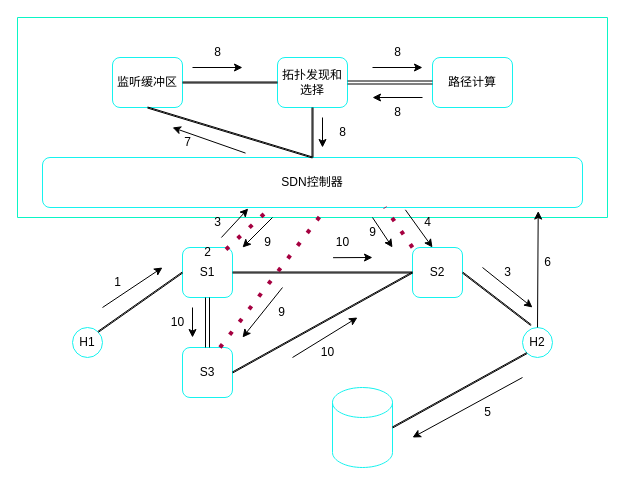
Before: 未命名绘图.drawio in jhf0721/123, a draw.io diagram. Source tidied: cells renumbered, new cells numbered last; positions are measured from the earlier drawing's top-left corner, leaving out a move shared by most shapes. Both pictures are drawn from the tidied source at 100%, with x=0, y=0 at pixel (17, 17).
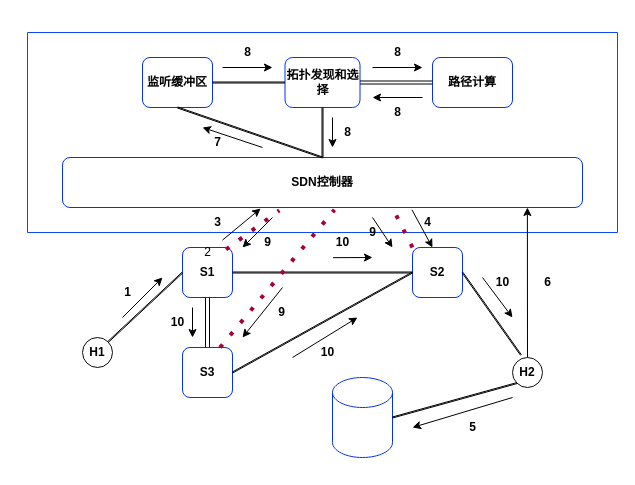
Above is the later version.

Commit message:
更新未命名绘图.drawio

The edit, as a diff of the source:
```diff
@@
-    <mxCell id="2" style="verticalLabelPosition=bottom;verticalAlign=top;html=1;shape=mxgraph.basic.rect;fillColor2=none;strokeWidth=1;size=20;indent=5;fillStyle=auto;fillColor=none;strokeColor=#0af5c6;" parent="1" vertex="1">
-      <mxGeometry width="590" height="200" as="geometry" />
+    <mxCell id="2" style="verticalLabelPosition=bottom;verticalAlign=top;html=1;shape=mxgraph.basic.rect;fillColor2=none;strokeWidth=1;size=20;indent=5;fillStyle=auto;fillColor=none;strokeColor=#0d47f8;" parent="1" vertex="1">
+      <mxGeometry x="10" y="15" width="590" height="200" as="geometry" />
     </mxCell>
-    <mxCell id="3" value="监听缓冲区" style="rounded=1;whiteSpace=wrap;html=1;strokeColor=#16f3ef;" parent="1" vertex="1">
-      <mxGeometry x="95" y="40" width="70" height="50" as="geometry" />
+    <mxCell id="3" value="&lt;b&gt;监听缓冲区&lt;/b&gt;" style="rounded=1;whiteSpace=wrap;html=1;strokeColor=#0532e6;" parent="1" vertex="1">
+      <mxGeometry x="125" y="40" width="70" height="50" as="geometry" />
     </mxCell>
-    <mxCell id="4" value="拓扑发现和选择" style="rounded=1;whiteSpace=wrap;html=1;strokeColor=#16f3ef;" parent="1" vertex="1">
-      <mxGeometry x="260" y="40" width="70" height="50" as="geometry" />
+    <mxCell id="4" value="&lt;b&gt;拓扑发现和选择&lt;/b&gt;" style="rounded=1;whiteSpace=wrap;html=1;strokeColor=#0532e6;" parent="1" vertex="1">
+      <mxGeometry x="267.5" y="40" width="75" height="50" as="geometry" />
     </mxCell>
-    <mxCell id="5" value="路径计算" style="rounded=1;whiteSpace=wrap;html=1;strokeColor=#16f3ef;" parent="1" vertex="1">
+    <mxCell id="5" value="&lt;b&gt;路径计算&lt;/b&gt;" style="rounded=1;whiteSpace=wrap;html=1;strokeColor=#0532e6;" parent="1" vertex="1">
       <mxGeometry x="415" y="40" width="80" height="50" as="geometry" />
     </mxCell>
-    <mxCell id="6" value="SDN控制器" style="rounded=1;whiteSpace=wrap;html=1;strokeColor=#16f3ef;" parent="1" vertex="1">
-      <mxGeometry x="25" y="140" width="540" height="50" as="geometry" />
+    <mxCell id="6" value="&lt;b&gt;SDN控制器&lt;/b&gt;" style="rounded=1;whiteSpace=wrap;html=1;strokeColor=#0532e6;" parent="1" vertex="1">
+      <mxGeometry x="45" y="140" width="520" height="50" as="geometry" />
     </mxCell>
-    <mxCell id="7" value="S1" style="rounded=1;whiteSpace=wrap;html=1;strokeColor=#16f3ef;" parent="1" vertex="1">
+    <mxCell id="7" value="&lt;b&gt;S1&lt;/b&gt;" style="rounded=1;whiteSpace=wrap;html=1;strokeColor=#0532e6;" parent="1" vertex="1">
       <mxGeometry x="165" y="230" width="50" height="50" as="geometry" />
     </mxCell>
-    <mxCell id="8" value="S3" style="rounded=1;whiteSpace=wrap;html=1;strokeColor=#16f3ef;" parent="1" vertex="1">
+    <mxCell id="8" value="&lt;b&gt;S3&lt;/b&gt;" style="rounded=1;whiteSpace=wrap;html=1;strokeColor=#0532e6;" parent="1" vertex="1">
       <mxGeometry x="165" y="330" width="50" height="50" as="geometry" />
     </mxCell>
-    <mxCell id="9" value="S2" style="rounded=1;whiteSpace=wrap;html=1;strokeColor=#16f3ef;" parent="1" vertex="1">
+    <mxCell id="9" value="&lt;b&gt;S2&lt;/b&gt;" style="rounded=1;whiteSpace=wrap;html=1;strokeColor=#0532e6;" parent="1" vertex="1">
       <mxGeometry x="395" y="230" width="50" height="50" as="geometry" />
     </mxCell>
-    <mxCell id="10" style="shape=cylinder3;whiteSpace=wrap;html=1;boundedLbl=1;backgroundOutline=1;size=15;strokeColor=#16f3ef;" parent="1" vertex="1">
-      <mxGeometry x="315" y="370" width="60" height="80" as="geometry" />
+    <mxCell id="10" style="shape=cylinder3;whiteSpace=wrap;html=1;boundedLbl=1;backgroundOutline=1;size=15;strokeColor=#0532e6;rounded=1;" parent="1" vertex="1">
+      <mxGeometry x="315" y="360" width="60" height="80" as="geometry" />
     </mxCell>
-    <mxCell id="11" value="H1" style="ellipse;whiteSpace=wrap;html=1;strokeColor=#16f3ef;" parent="1" vertex="1">
-      <mxGeometry x="55" y="310" width="30" height="30" as="geometry" />
+    <mxCell id="11" value="&lt;b&gt;H1&lt;/b&gt;" style="ellipse;whiteSpace=wrap;html=1;strokeColor=#0d0d0d;rounded=1;gradientColor=none;" parent="1" vertex="1">
+      <mxGeometry x="65" y="320" width="30" height="30" as="geometry" />
     </mxCell>
-    <mxCell id="12" value="H2" style="ellipse;whiteSpace=wrap;html=1;strokeColor=#16f3ef;" parent="1" vertex="1">
-      <mxGeometry x="505" y="310" width="30" height="30" as="geometry" />
+    <mxCell id="12" value="&lt;b&gt;H2&lt;/b&gt;" style="ellipse;whiteSpace=wrap;html=1;strokeColor=#0d0d0d;rounded=1;" parent="1" vertex="1">
+      <mxGeometry x="495" y="340" width="30" height="30" as="geometry" />
     </mxCell>
@@
     <mxCell id="22" style="endArrow=none;html=1;rounded=0;shape=link;exitX=0.5;exitY=1;exitDx=0;exitDy=0;width=-1;" parent="1" edge="1" source="4">
       <mxGeometry relative="1" as="geometry">
-        <mxPoint x="295" y="140" as="targetPoint" />
+        <mxPoint x="305" y="140" as="targetPoint" />
       </mxGeometry>
     </mxCell>
     <mxCell id="23" style="endArrow=classic;html=1;rounded=0;" parent="1" edge="1">
       <mxGeometry relative="1" as="geometry">
-        <mxPoint x="85" y="290" as="sourcePoint" />
-        <mxPoint x="145" y="250" as="targetPoint" />
+        <mxPoint x="105" y="300" as="sourcePoint" />
+        <mxPoint x="145" y="260" as="targetPoint" />
       </mxGeometry>
     </mxCell>
@@
     <mxCell id="26" style="endArrow=classic;html=1;rounded=0;" parent="1" edge="1">
       <mxGeometry relative="1" as="geometry">
-        <mxPoint x="465" y="250" as="sourcePoint" />
-        <mxPoint x="515" y="290" as="targetPoint" />
+        <mxPoint x="465" y="260" as="sourcePoint" />
+        <mxPoint x="495" y="300" as="targetPoint" />
       </mxGeometry>
     </mxCell>
@@
-    <mxCell id="28" style="endArrow=classic;html=1;rounded=0;entryX=0.918;entryY=1.071;entryDx=0;entryDy=0;entryPerimeter=0;exitX=0.5;exitY=0;exitDx=0;exitDy=0;" parent="1" edge="1" source="12" target="6">
+    <mxCell id="28" style="endArrow=classic;html=1;rounded=0;entryX=0.894;entryY=1;entryDx=0;entryDy=0;entryPerimeter=0;exitX=0.5;exitY=0;exitDx=0;exitDy=0;" parent="1" edge="1" source="12" target="6">
       <mxGeometry relative="1" as="geometry" />
     </mxCell>
     <mxCell id="29" style="endArrow=classic;html=1;rounded=0;" parent="1" edge="1">
       <mxGeometry relative="1" as="geometry">
-        <mxPoint x="505" y="360" as="sourcePoint" />
-        <mxPoint x="395" y="420" as="targetPoint" />
+        <mxPoint x="495" y="380" as="sourcePoint" />
+        <mxPoint x="395" y="410" as="targetPoint" />
       </mxGeometry>
     </mxCell>
-    <mxCell id="30" style="endArrow=classic;html=1;rounded=0;exitX=0.376;exitY=-0.088;exitDx=0;exitDy=0;exitPerimeter=0;" parent="1" edge="1" source="6">
+    <mxCell id="30" style="endArrow=classic;html=1;rounded=0;" parent="1" edge="1">
       <mxGeometry relative="1" as="geometry">
-        <mxPoint x="155" y="110" as="targetPoint" />
+        <mxPoint x="245" y="130" as="sourcePoint" />
+        <mxPoint x="185" y="110" as="targetPoint" />
       </mxGeometry>
     </mxCell>
     <mxCell id="31" style="endArrow=classic;html=1;rounded=0;" parent="1" edge="1">
       <mxGeometry relative="1" as="geometry">
-        <mxPoint x="175" y="50" as="sourcePoint" />
-        <mxPoint x="225" y="50" as="targetPoint" />
+        <mxPoint x="205" y="50" as="sourcePoint" />
+        <mxPoint x="255" y="50" as="targetPoint" />
       </mxGeometry>
     </mxCell>
@@
     <mxCell id="34" style="endArrow=classic;html=1;rounded=0;" parent="1" edge="1">
       <mxGeometry relative="1" as="geometry">
-        <mxPoint x="305" y="100" as="sourcePoint" />
-        <mxPoint x="305" y="130" as="targetPoint" />
+        <mxPoint x="315" y="100" as="sourcePoint" />
+        <mxPoint x="315" y="130" as="targetPoint" />
       </mxGeometry>
     </mxCell>
@@
-    <mxCell id="37" value="1" style="text;html=1;align=center;verticalAlign=middle;strokeColor=none;fillColor=none;" parent="1" vertex="1">
-      <mxGeometry x="85" y="250" width="30" height="30" as="geometry" />
+    <mxCell id="37" value="1" style="text;html=1;align=center;verticalAlign=middle;strokeColor=none;fillColor=none;fontStyle=1;" parent="1" vertex="1">
+      <mxGeometry x="95" y="260" width="30" height="30" as="geometry" />
     </mxCell>
-    <mxCell id="38" value="3" style="text;html=1;align=center;verticalAlign=middle;strokeColor=none;fillColor=none;" parent="1" vertex="1">
+    <mxCell id="38" value="3" style="text;html=1;align=center;verticalAlign=middle;strokeColor=none;fillColor=none;fontStyle=1;" parent="1" vertex="1">
       <mxGeometry x="185" y="190" width="30" height="30" as="geometry" />
     </mxCell>
@@
-    <mxCell id="40" value="4" style="text;html=1;align=center;verticalAlign=middle;strokeColor=none;fillColor=none;" parent="1" vertex="1">
+    <mxCell id="40" value="4" style="text;html=1;align=center;verticalAlign=middle;strokeColor=none;fillColor=none;fontStyle=1;" parent="1" vertex="1">
       <mxGeometry x="395" y="190" width="30" height="30" as="geometry" />
     </mxCell>
-    <mxCell id="41" value="8" style="text;html=1;align=center;verticalAlign=middle;strokeColor=none;fillColor=none;" parent="1" vertex="1">
-      <mxGeometry x="185" y="20" width="30" height="30" as="geometry" />
+    <mxCell id="41" value="&lt;b&gt;8&lt;/b&gt;" style="text;html=1;align=center;verticalAlign=middle;strokeColor=none;fillColor=none;" parent="1" vertex="1">
+      <mxGeometry x="215" y="20" width="30" height="30" as="geometry" />
     </mxCell>
-    <mxCell id="42" value="7" style="text;html=1;align=center;verticalAlign=middle;strokeColor=none;fillColor=none;" parent="1" vertex="1">
-      <mxGeometry x="155" y="110" width="30" height="30" as="geometry" />
+    <mxCell id="42" value="7" style="text;html=1;align=center;verticalAlign=middle;strokeColor=none;fillColor=none;fontStyle=1;" parent="1" vertex="1">
+      <mxGeometry x="185" y="110" width="30" height="30" as="geometry" />
     </mxCell>
-    <mxCell id="43" value="10" style="text;html=1;align=center;verticalAlign=middle;points=[];strokeColor=none;fillColor=none;" parent="1" vertex="1">
+    <mxCell id="43" value="10" style="text;html=1;align=center;verticalAlign=middle;points=[];strokeColor=none;fillColor=none;fontStyle=1;" parent="1" vertex="1">
       <mxGeometry x="305" y="210" width="40" height="30" as="geometry" />
     </mxCell>
-    <mxCell id="44" value="10" style="text;html=1;align=center;verticalAlign=middle;strokeColor=none;fillColor=none;" parent="1" vertex="1">
+    <mxCell id="44" value="10" style="text;html=1;align=center;verticalAlign=middle;strokeColor=none;fillColor=none;fontStyle=1;" parent="1" vertex="1">
       <mxGeometry x="140" y="290" width="40" height="30" as="geometry" />
     </mxCell>
-    <mxCell id="45" value="10" style="text;html=1;align=center;verticalAlign=middle;strokeColor=none;fillColor=none;" parent="1" vertex="1">
+    <mxCell id="45" value="10" style="text;html=1;align=center;verticalAlign=middle;strokeColor=none;fillColor=none;fontStyle=1;" parent="1" vertex="1">
       <mxGeometry x="290" y="320" width="40" height="30" as="geometry" />
     </mxCell>
-    <mxCell id="46" value="5" style="text;html=1;align=center;verticalAlign=middle;strokeColor=none;fillColor=none;" parent="1" vertex="1">
-      <mxGeometry x="455" y="380" width="30" height="30" as="geometry" />
+    <mxCell id="46" value="5" style="text;html=1;align=center;verticalAlign=middle;strokeColor=none;fillColor=none;fontStyle=1;" parent="1" vertex="1">
+      <mxGeometry x="440" y="395" width="30" height="30" as="geometry" />
     </mxCell>
-    <mxCell id="47" value="6" style="text;html=1;align=center;verticalAlign=middle;strokeColor=none;fillColor=none;" parent="1" vertex="1">
-      <mxGeometry x="515" y="230" width="30" height="30" as="geometry" />
+    <mxCell id="47" value="6" style="text;html=1;align=center;verticalAlign=middle;strokeColor=none;fillColor=none;fontStyle=1;" parent="1" vertex="1">
+      <mxGeometry x="515" y="250" width="30" height="30" as="geometry" />
     </mxCell>
-    <mxCell id="48" value="3" style="text;html=1;align=center;verticalAlign=middle;strokeColor=none;fillColor=none;" parent="1" vertex="1">
-      <mxGeometry x="475" y="240" width="30" height="30" as="geometry" />
+    <mxCell id="48" value="10" style="text;html=1;align=center;verticalAlign=middle;strokeColor=none;fillColor=none;fontStyle=1;" parent="1" vertex="1">
+      <mxGeometry x="465" y="250" width="40" height="30" as="geometry" />
     </mxCell>
-    <mxCell id="49" value="8" style="text;html=1;align=center;verticalAlign=middle;strokeColor=none;fillColor=none;" parent="1" vertex="1">
+    <mxCell id="49" value="&lt;span&gt;8&lt;/span&gt;" style="text;html=1;align=center;verticalAlign=middle;strokeColor=none;fillColor=none;fontStyle=1;" parent="1" vertex="1">
       <mxGeometry x="365" y="80" width="30" height="30" as="geometry" />
     </mxCell>
-    <mxCell id="50" value="8" style="text;html=1;align=center;verticalAlign=middle;strokeColor=none;fillColor=none;" parent="1" vertex="1">
+    <mxCell id="50" value="&lt;b&gt;8&lt;/b&gt;" style="text;html=1;align=center;verticalAlign=middle;strokeColor=none;fillColor=none;" parent="1" vertex="1">
       <mxGeometry x="365" y="20" width="30" height="30" as="geometry" />
     </mxCell>
-    <mxCell id="51" value="8" style="text;html=1;align=center;verticalAlign=middle;strokeColor=none;fillColor=none;" parent="1" vertex="1">
-      <mxGeometry x="310" y="100" width="30" height="30" as="geometry" />
+    <mxCell id="51" value="8" style="text;html=1;align=center;verticalAlign=middle;strokeColor=none;fillColor=none;fontStyle=1;" parent="1" vertex="1">
+      <mxGeometry x="315" y="100" width="30" height="30" as="geometry" />
     </mxCell>
@@
-    <mxCell id="58" value="9" style="text;html=1;align=center;verticalAlign=middle;strokeColor=none;fillColor=none;" parent="1" vertex="1">
+    <mxCell id="58" value="9" style="text;html=1;align=center;verticalAlign=middle;strokeColor=none;fillColor=none;fontStyle=1;" parent="1" vertex="1">
       <mxGeometry x="340" y="200" width="30" height="30" as="geometry" />
     </mxCell>
-    <mxCell id="59" value="9" style="text;html=1;align=center;verticalAlign=middle;strokeColor=none;fillColor=none;" parent="1" vertex="1">
+    <mxCell id="59" value="9" style="text;html=1;align=center;verticalAlign=middle;strokeColor=none;fillColor=none;fontStyle=1;" parent="1" vertex="1">
       <mxGeometry x="235" y="210" width="30" height="30" as="geometry" />
     </mxCell>
@@
-    <mxCell id="61" value="9" style="text;html=1;align=center;verticalAlign=middle;strokeColor=none;fillColor=none;" parent="1" vertex="1">
+    <mxCell id="61" value="9" style="text;html=1;align=center;verticalAlign=middle;strokeColor=none;fillColor=none;fontStyle=1;" parent="1" vertex="1">
       <mxGeometry x="249" y="280" width="30" height="30" as="geometry" />
     </mxCell>
```
